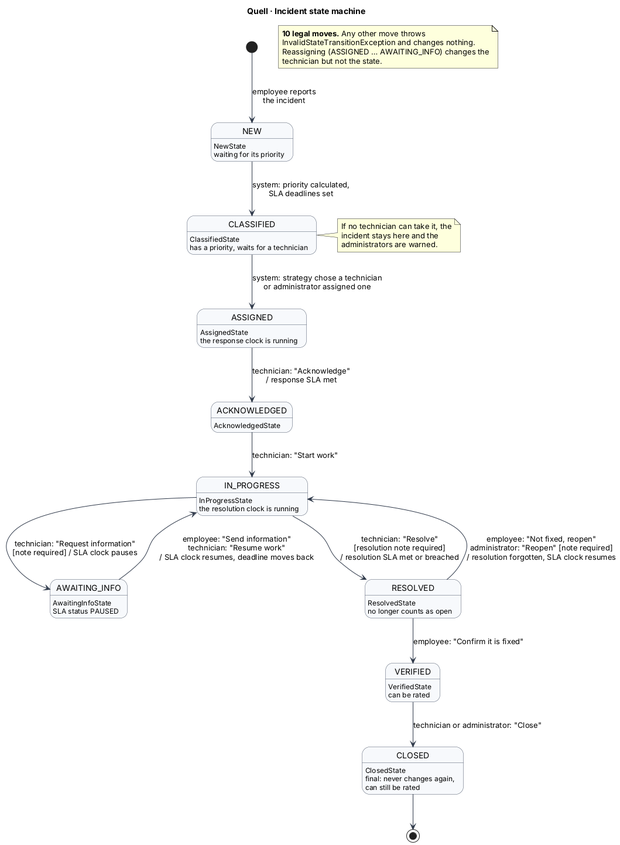
The PlantUML diagram docs/diagrams/state-machine.png in PresidentOfBirTawil/itsm, before a commit.
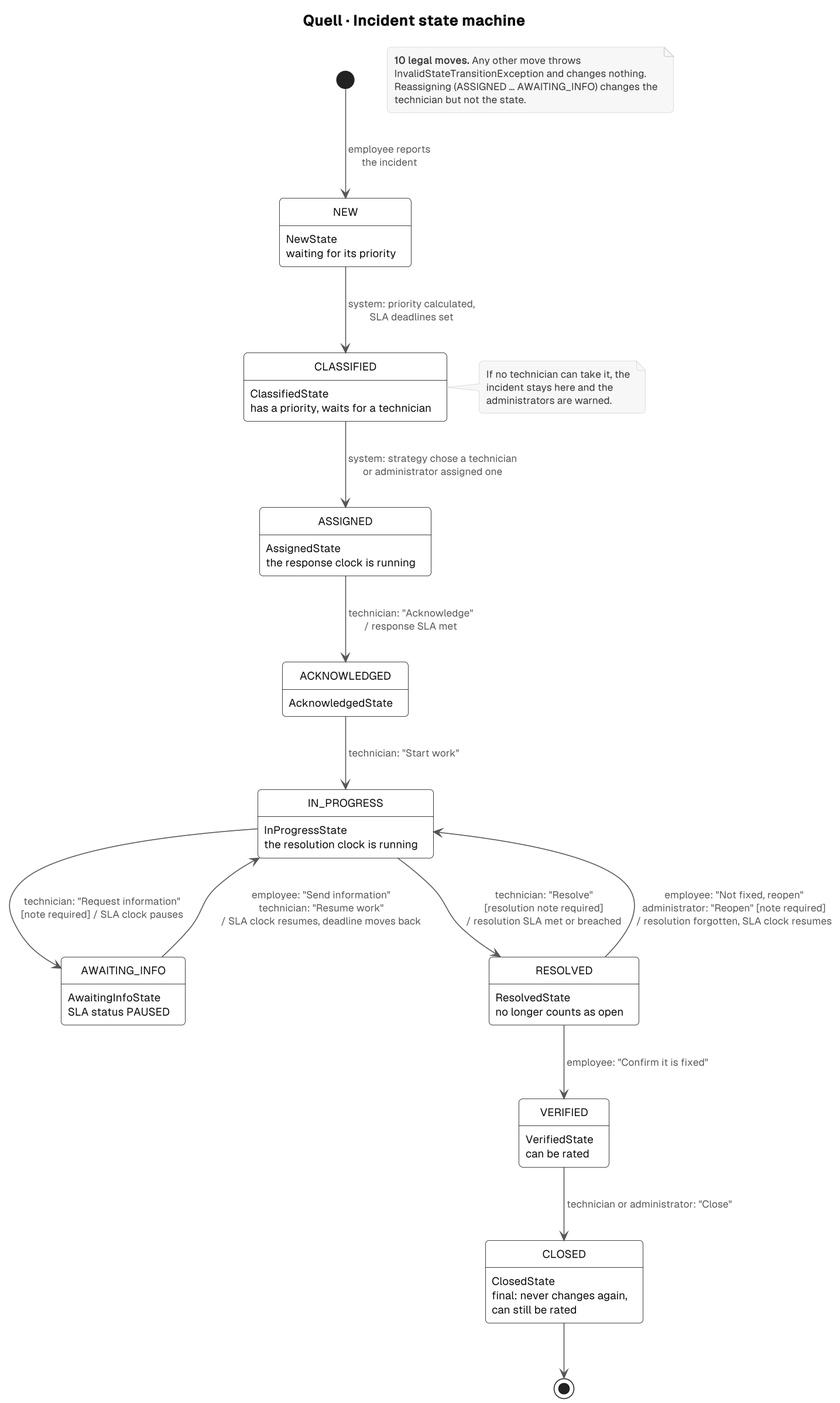
Above is the later version.

Diff of the diagram source:
```diff
@@ -1,12 +1,8 @@
 @startuml state-machine
+skinparamlocked dpi 150
+!include style.iuml
 title Quell · Incident state machine
 
-skinparam shadowing false
-skinparam state {
-  BackgroundColor #F7F9FC
-  BorderColor #4A5568
-  ArrowColor #2D3748
-}
 hide empty description
 
 [*] --> NEW : employee reports\nthe incident
```
